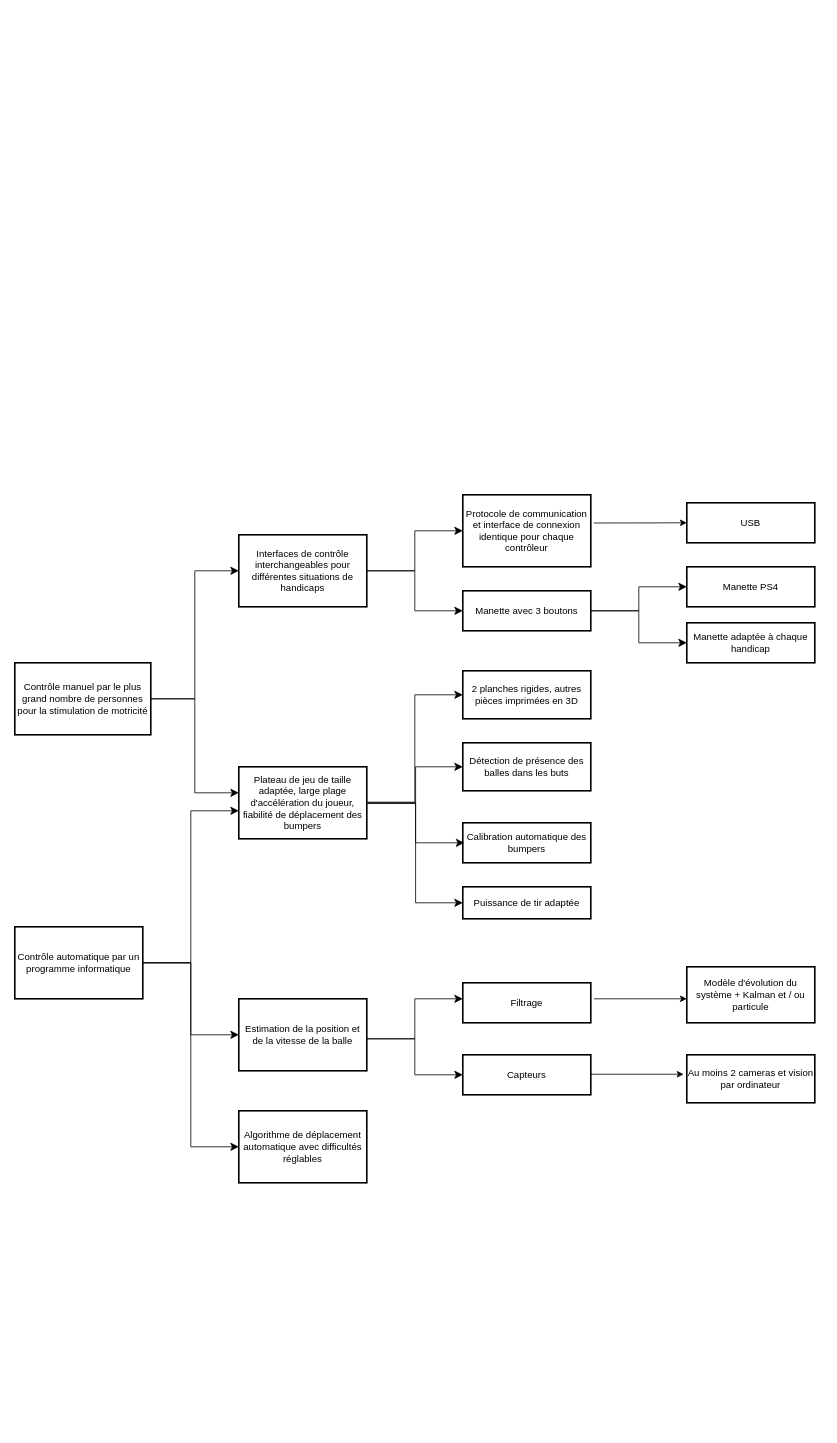
Above: PING²_Diagramme_fonctionnel.drawio in tonysoux/PING22 (draw.io), before the change. Source tidied: cells renumbered, new cells numbered last; positions are measured from the earlier drawing's top-left corner, leaving out a move shared by most shapes. Both pictures are drawn from the tidied source at 80%, with x=0, y=0 at pixel (14, 494).
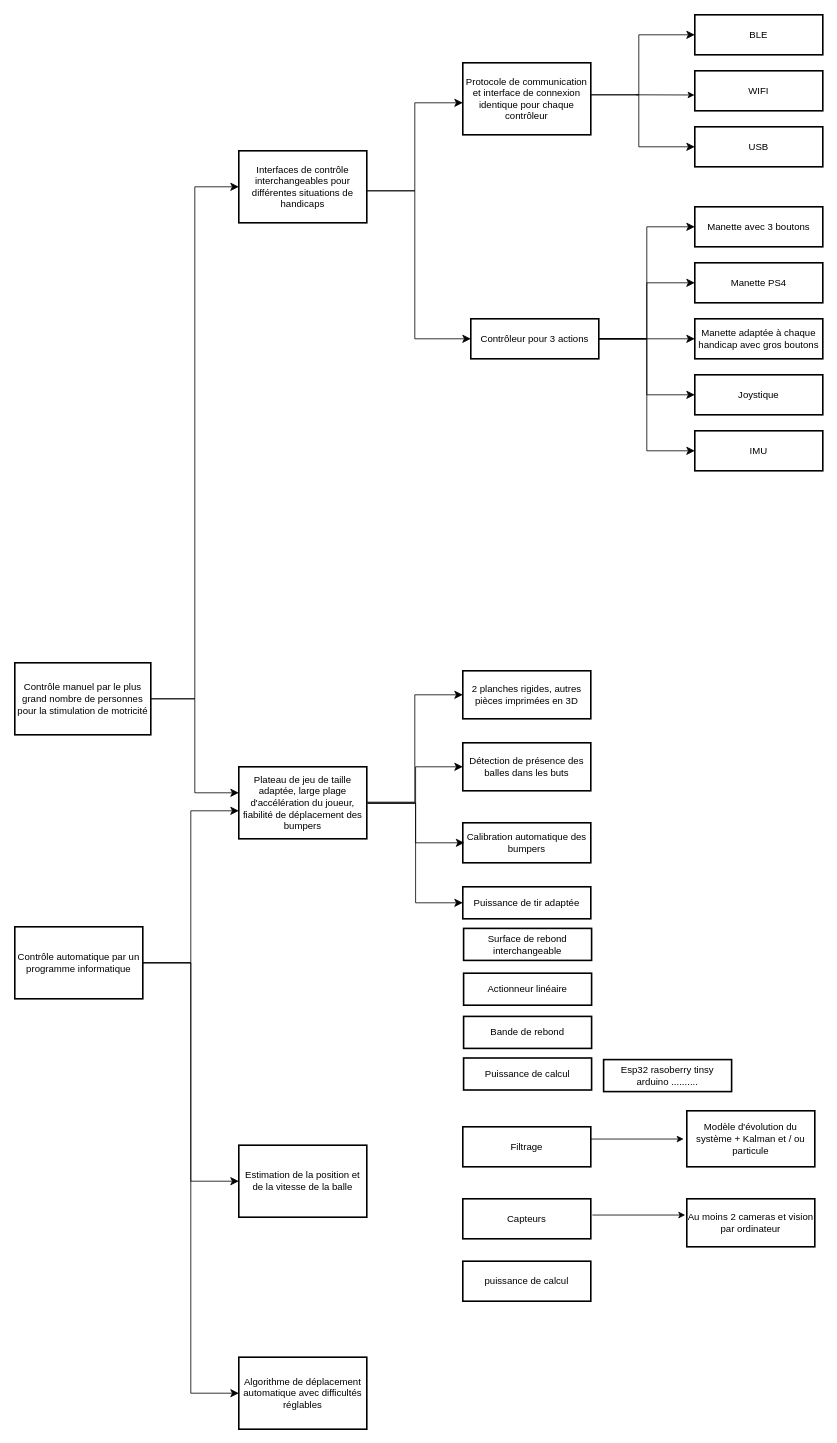
Above is the later version.

Commit message:
Mettre à jour PING²_Diagramme_fonctionnel.drawio

Diff of the diagram source:
```diff
@@
     <mxCell id="3" value="Interfaces de contrôle interchangeables pour différentes situations de handicaps" style="whiteSpace=wrap;strokeWidth=2;" parent="1" vertex="1">
-      <mxGeometry x="280" y="50" width="160" height="90" as="geometry" />
+      <mxGeometry x="280" y="-430" width="160" height="90" as="geometry" />
     </mxCell>
     <mxCell id="4" value="Protocole de communication et interface de connexion identique pour chaque contrôleur" style="whiteSpace=wrap;strokeWidth=2;" parent="1" vertex="1">
-      <mxGeometry x="560" width="160" height="90" as="geometry" />
+      <mxGeometry x="560" y="-540" width="160" height="90" as="geometry" />
     </mxCell>
-    <mxCell id="5" value="USB" style="whiteSpace=wrap;strokeWidth=2;" parent="1" vertex="1">
-      <mxGeometry x="840" y="10" width="160" height="50" as="geometry" />
+    <mxCell id="5" value="WIFI" style="whiteSpace=wrap;strokeWidth=2;" parent="1" vertex="1">
+      <mxGeometry x="850" y="-530" width="160" height="50" as="geometry" />
     </mxCell>
-    <mxCell id="6" value="Manette avec 3 boutons" style="whiteSpace=wrap;strokeWidth=2;" parent="1" vertex="1">
-      <mxGeometry x="560" y="120" width="160" height="50" as="geometry" />
+    <mxCell id="6" value="Contrôleur pour 3 actions" style="whiteSpace=wrap;strokeWidth=2;" parent="1" vertex="1">
+      <mxGeometry x="570" y="-220" width="160" height="50" as="geometry" />
     </mxCell>
     <mxCell id="7" value="Estimation de la position et de la vitesse de la balle" style="whiteSpace=wrap;strokeWidth=2;" parent="1" vertex="1">
-      <mxGeometry x="280" y="630" width="160" height="90" as="geometry" />
+      <mxGeometry x="280" y="813" width="160" height="90" as="geometry" />
     </mxCell>
@@
     <mxCell id="9" value="Algorithme de déplacement automatique avec difficultés réglables" style="whiteSpace=wrap;strokeWidth=2;" parent="1" vertex="1">
-      <mxGeometry x="280" y="770" width="160" height="90" as="geometry" />
+      <mxGeometry x="280" y="1078" width="160" height="90" as="geometry" />
     </mxCell>
@@
     <mxCell id="14" value="Filtrage" style="whiteSpace=wrap;strokeWidth=2;" parent="1" vertex="1">
-      <mxGeometry x="560" y="610" width="160" height="50" as="geometry" />
+      <mxGeometry x="560" y="790" width="160" height="50" as="geometry" />
     </mxCell>
     <mxCell id="15" value="Modèle d'évolution du système + Kalman et / ou particule" style="whiteSpace=wrap;strokeWidth=2;" parent="1" vertex="1">
-      <mxGeometry x="840" y="590" width="160" height="70" as="geometry" />
+      <mxGeometry x="840" y="770" width="160" height="70" as="geometry" />
     </mxCell>
     <mxCell id="16" value="Capteurs " style="whiteSpace=wrap;strokeWidth=2;" parent="1" vertex="1">
-      <mxGeometry x="560" y="700" width="160" height="50" as="geometry" />
+      <mxGeometry x="560" y="880" width="160" height="50" as="geometry" />
     </mxCell>
     <mxCell id="17" value="Au moins 2 cameras et vision par ordinateur " style="whiteSpace=wrap;strokeWidth=2;" parent="1" vertex="1">
-      <mxGeometry x="840" y="700" width="160" height="60" as="geometry" />
+      <mxGeometry x="840" y="880" width="160" height="60" as="geometry" />
     </mxCell>
@@
-    <mxCell id="23" style="edgeStyle=elbowEdgeStyle;elbow=horizontal;endArrow=classic;html=1;curved=0;rounded=0;endSize=8;startSize=8;entryX=0;entryY=0.5;entryDx=0;entryDy=0;exitX=1;exitY=0.5;exitDx=0;exitDy=0;" parent="1" edge="1" source="3" target="4">
-      <mxGeometry relative="1" as="geometry" />
+    <mxCell id="23" style="edgeStyle=elbowEdgeStyle;elbow=horizontal;endArrow=classic;html=1;curved=0;rounded=0;endSize=8;startSize=8;entryX=0;entryY=0.5;entryDx=0;entryDy=0;" parent="1" edge="1">
+      <mxGeometry relative="1" as="geometry">
+        <mxPoint x="440" y="-380" as="sourcePoint" />
+        <mxPoint x="560" y="-490" as="targetPoint" />
+      </mxGeometry>
     </mxCell>
-    <mxCell id="24" style="edgeStyle=elbowEdgeStyle;elbow=horizontal;endArrow=classic;html=1;curved=0;rounded=0;endSize=8;startSize=8;entryX=0;entryY=0.5;entryDx=0;entryDy=0;exitX=1;exitY=0.5;exitDx=0;exitDy=0;" parent="1" edge="1" source="3" target="6">
-      <mxGeometry relative="1" as="geometry" />
-    </mxCell>
@@
-    <mxCell id="29" style="edgeStyle=elbowEdgeStyle;elbow=horizontal;endArrow=classic;html=1;curved=0;rounded=0;endSize=8;startSize=8;entryX=0;entryY=0.5;entryDx=0;entryDy=0;exitX=1;exitY=0.5;exitDx=0;exitDy=0;" parent="1" edge="1">
-      <mxGeometry relative="1" as="geometry">
-        <mxPoint x="440" y="680" as="sourcePoint" />
-        <mxPoint x="560" y="630" as="targetPoint" />
-      </mxGeometry>
-    </mxCell>
-    <mxCell id="30" style="edgeStyle=elbowEdgeStyle;elbow=horizontal;endArrow=classic;html=1;curved=0;rounded=0;endSize=8;startSize=8;entryX=0;entryY=0.5;entryDx=0;entryDy=0;exitX=1;exitY=0.5;exitDx=0;exitDy=0;" parent="1" edge="1" target="16">
-      <mxGeometry relative="1" as="geometry">
-        <mxPoint x="440" y="680" as="sourcePoint" />
-      </mxGeometry>
-    </mxCell>
-    <mxCell id="31" style="endArrow=classic;html=1;rounded=0;entryX=0;entryY=0.5;entryDx=0;entryDy=0;exitX=1.024;exitY=0.392;exitDx=0;exitDy=0;exitPerimeter=0;" parent="1" edge="1" source="4" target="5">
-      <mxGeometry relative="1" as="geometry" />
-    </mxCell>
-    <mxCell id="32" style="endArrow=classic;html=1;rounded=0;entryX=0;entryY=0.5;entryDx=0;entryDy=0;exitX=1.024;exitY=0.392;exitDx=0;exitDy=0;exitPerimeter=0;" parent="1" edge="1">
-      <mxGeometry relative="1" as="geometry">
-        <mxPoint x="724" y="630" as="sourcePoint" />
-        <mxPoint x="840" y="630" as="targetPoint" />
-      </mxGeometry>
-    </mxCell>
     <mxCell id="33" style="endArrow=classic;html=1;rounded=0;entryX=0;entryY=0.5;entryDx=0;entryDy=0;exitX=1.024;exitY=0.392;exitDx=0;exitDy=0;exitPerimeter=0;" parent="1" edge="1">
       <mxGeometry relative="1" as="geometry">
-        <mxPoint x="720" y="724.3" as="sourcePoint" />
-        <mxPoint x="836" y="724.3" as="targetPoint" />
+        <mxPoint x="720" y="805.3" as="sourcePoint" />
+        <mxPoint x="836" y="805.3" as="targetPoint" />
       </mxGeometry>
     </mxCell>
     <mxCell id="34" value="Manette PS4" style="whiteSpace=wrap;strokeWidth=2;" parent="1" vertex="1">
-      <mxGeometry x="840" y="90" width="160" height="50" as="geometry" />
+      <mxGeometry x="850" y="-290" width="160" height="50" as="geometry" />
     </mxCell>
-    <mxCell id="35" value="Manette adaptée à chaque handicap " style="whiteSpace=wrap;strokeWidth=2;" parent="1" vertex="1">
-      <mxGeometry x="840" y="160" width="160" height="50" as="geometry" />
+    <mxCell id="35" value="Manette adaptée à chaque handicap avec gros boutons" style="whiteSpace=wrap;strokeWidth=2;" parent="1" vertex="1">
+      <mxGeometry x="850" y="-220" width="160" height="50" as="geometry" />
     </mxCell>
@@
+    <mxCell id="39" value="Surface de rebond interchangeable" style="whiteSpace=wrap;strokeWidth=2;" parent="1" vertex="1">
+      <mxGeometry x="561" y="542" width="160" height="40" as="geometry" />
+    </mxCell>
+    <mxCell id="40" style="endArrow=classic;html=1;rounded=0;entryX=0;entryY=0.5;entryDx=0;entryDy=0;exitX=1.024;exitY=0.392;exitDx=0;exitDy=0;exitPerimeter=0;" parent="1" edge="1">
+      <mxGeometry relative="1" as="geometry">
+        <mxPoint x="722" y="900.3" as="sourcePoint" />
+        <mxPoint x="838" y="900.3" as="targetPoint" />
+      </mxGeometry>
+    </mxCell>
+    <mxCell id="41" value="Actionneur linéaire" style="whiteSpace=wrap;strokeWidth=2;" parent="1" vertex="1">
+      <mxGeometry x="561" y="598" width="160" height="40" as="geometry" />
+    </mxCell>
+    <mxCell id="42" value="Bande de rebond" style="whiteSpace=wrap;strokeWidth=2;" parent="1" vertex="1">
+      <mxGeometry x="561" y="652" width="160" height="40" as="geometry" />
+    </mxCell>
+    <mxCell id="43" value="puissance de calcul" style="whiteSpace=wrap;strokeWidth=2;" parent="1" vertex="1">
+      <mxGeometry x="560" y="958" width="160" height="50" as="geometry" />
+    </mxCell>
+    <mxCell id="44" value="Puissance de calcul" style="whiteSpace=wrap;strokeWidth=2;" parent="1" vertex="1">
+      <mxGeometry x="561" y="704" width="160" height="40" as="geometry" />
+    </mxCell>
+    <mxCell id="45" value="Esp32 rasoberry tinsy arduino .........." style="whiteSpace=wrap;strokeWidth=2;" parent="1" vertex="1">
+      <mxGeometry x="736" y="706" width="160" height="40" as="geometry" />
+    </mxCell>
+    <mxCell id="46" value="BLE" style="whiteSpace=wrap;strokeWidth=2;" parent="1" vertex="1">
+      <mxGeometry x="850" y="-600" width="160" height="50" as="geometry" />
+    </mxCell>
+    <mxCell id="47" value="Manette avec 3 boutons" style="whiteSpace=wrap;strokeWidth=2;" parent="1" vertex="1">
+      <mxGeometry x="850" y="-360" width="160" height="50" as="geometry" />
+    </mxCell>
+    <mxCell id="48" value="USB" style="whiteSpace=wrap;strokeWidth=2;" parent="1" vertex="1">
+      <mxGeometry x="850" y="-460" width="160" height="50" as="geometry" />
+    </mxCell>
+    <mxCell id="49" value="Joystique " style="whiteSpace=wrap;strokeWidth=2;" parent="1" vertex="1">
+      <mxGeometry x="850" y="-150" width="160" height="50" as="geometry" />
+    </mxCell>
+    <mxCell id="50" value="IMU" style="whiteSpace=wrap;strokeWidth=2;" parent="1" vertex="1">
+      <mxGeometry x="850" y="-80" width="160" height="50" as="geometry" />
+    </mxCell>
+    <mxCell id="51" style="edgeStyle=elbowEdgeStyle;elbow=horizontal;endArrow=classic;html=1;curved=0;rounded=0;endSize=8;startSize=8;entryX=0;entryY=0.5;entryDx=0;entryDy=0;exitX=1;exitY=0.5;exitDx=0;exitDy=0;" parent="1" edge="1" target="46">
+      <mxGeometry relative="1" as="geometry">
+        <mxPoint x="720" y="-500" as="sourcePoint" />
+        <Array as="points">
+          <mxPoint x="780" y="-520" />
+        </Array>
+      </mxGeometry>
+    </mxCell>
+    <mxCell id="52" style="edgeStyle=elbowEdgeStyle;elbow=horizontal;endArrow=classic;html=1;curved=0;rounded=0;endSize=8;startSize=8;entryX=0;entryY=0.5;entryDx=0;entryDy=0;exitX=1;exitY=0.5;exitDx=0;exitDy=0;" parent="1" edge="1" target="48">
+      <mxGeometry relative="1" as="geometry">
+        <mxPoint x="720" y="-500" as="sourcePoint" />
+        <Array as="points">
+          <mxPoint x="780" y="-475" />
+        </Array>
+      </mxGeometry>
+    </mxCell>
+    <mxCell id="53" style="edgeStyle=elbowEdgeStyle;elbow=horizontal;endArrow=classic;html=1;curved=0;rounded=0;endSize=8;startSize=8;entryX=0;entryY=0.5;entryDx=0;entryDy=0;exitX=1;exitY=0.5;exitDx=0;exitDy=0;" parent="1" edge="1" source="6" target="47">
+      <mxGeometry relative="1" as="geometry" />
+    </mxCell>
+    <mxCell id="54" style="endArrow=classic;html=1;rounded=0;entryX=-0.002;entryY=0.605;entryDx=0;entryDy=0;entryPerimeter=0;" parent="1" edge="1" target="5">
+      <mxGeometry relative="1" as="geometry">
+        <mxPoint x="776.6" y="-500" as="sourcePoint" />
+      </mxGeometry>
+    </mxCell>
+    <mxCell id="55" style="edgeStyle=elbowEdgeStyle;elbow=horizontal;endArrow=classic;html=1;curved=0;rounded=0;endSize=8;startSize=8;entryX=0;entryY=0.5;entryDx=0;entryDy=0;exitX=1;exitY=0.5;exitDx=0;exitDy=0;" parent="1" edge="1" source="6" target="49">
+      <mxGeometry relative="1" as="geometry" />
+    </mxCell>
+    <mxCell id="56" style="edgeStyle=elbowEdgeStyle;elbow=horizontal;endArrow=classic;html=1;curved=0;rounded=0;endSize=8;startSize=8;entryX=0;entryY=0.5;entryDx=0;entryDy=0;exitX=1;exitY=0.5;exitDx=0;exitDy=0;" parent="1" edge="1" source="6" target="50">
+      <mxGeometry relative="1" as="geometry" />
+    </mxCell>
+    <mxCell id="57" style="edgeStyle=elbowEdgeStyle;elbow=horizontal;endArrow=classic;html=1;curved=0;rounded=0;endSize=8;startSize=8;entryX=0;entryY=0.5;entryDx=0;entryDy=0;" parent="1" edge="1" target="6">
+      <mxGeometry relative="1" as="geometry">
+        <mxPoint x="440" y="-380" as="sourcePoint" />
+        <Array as="points">
+          <mxPoint x="500" y="-290" />
+        </Array>
+      </mxGeometry>
+    </mxCell>
```
